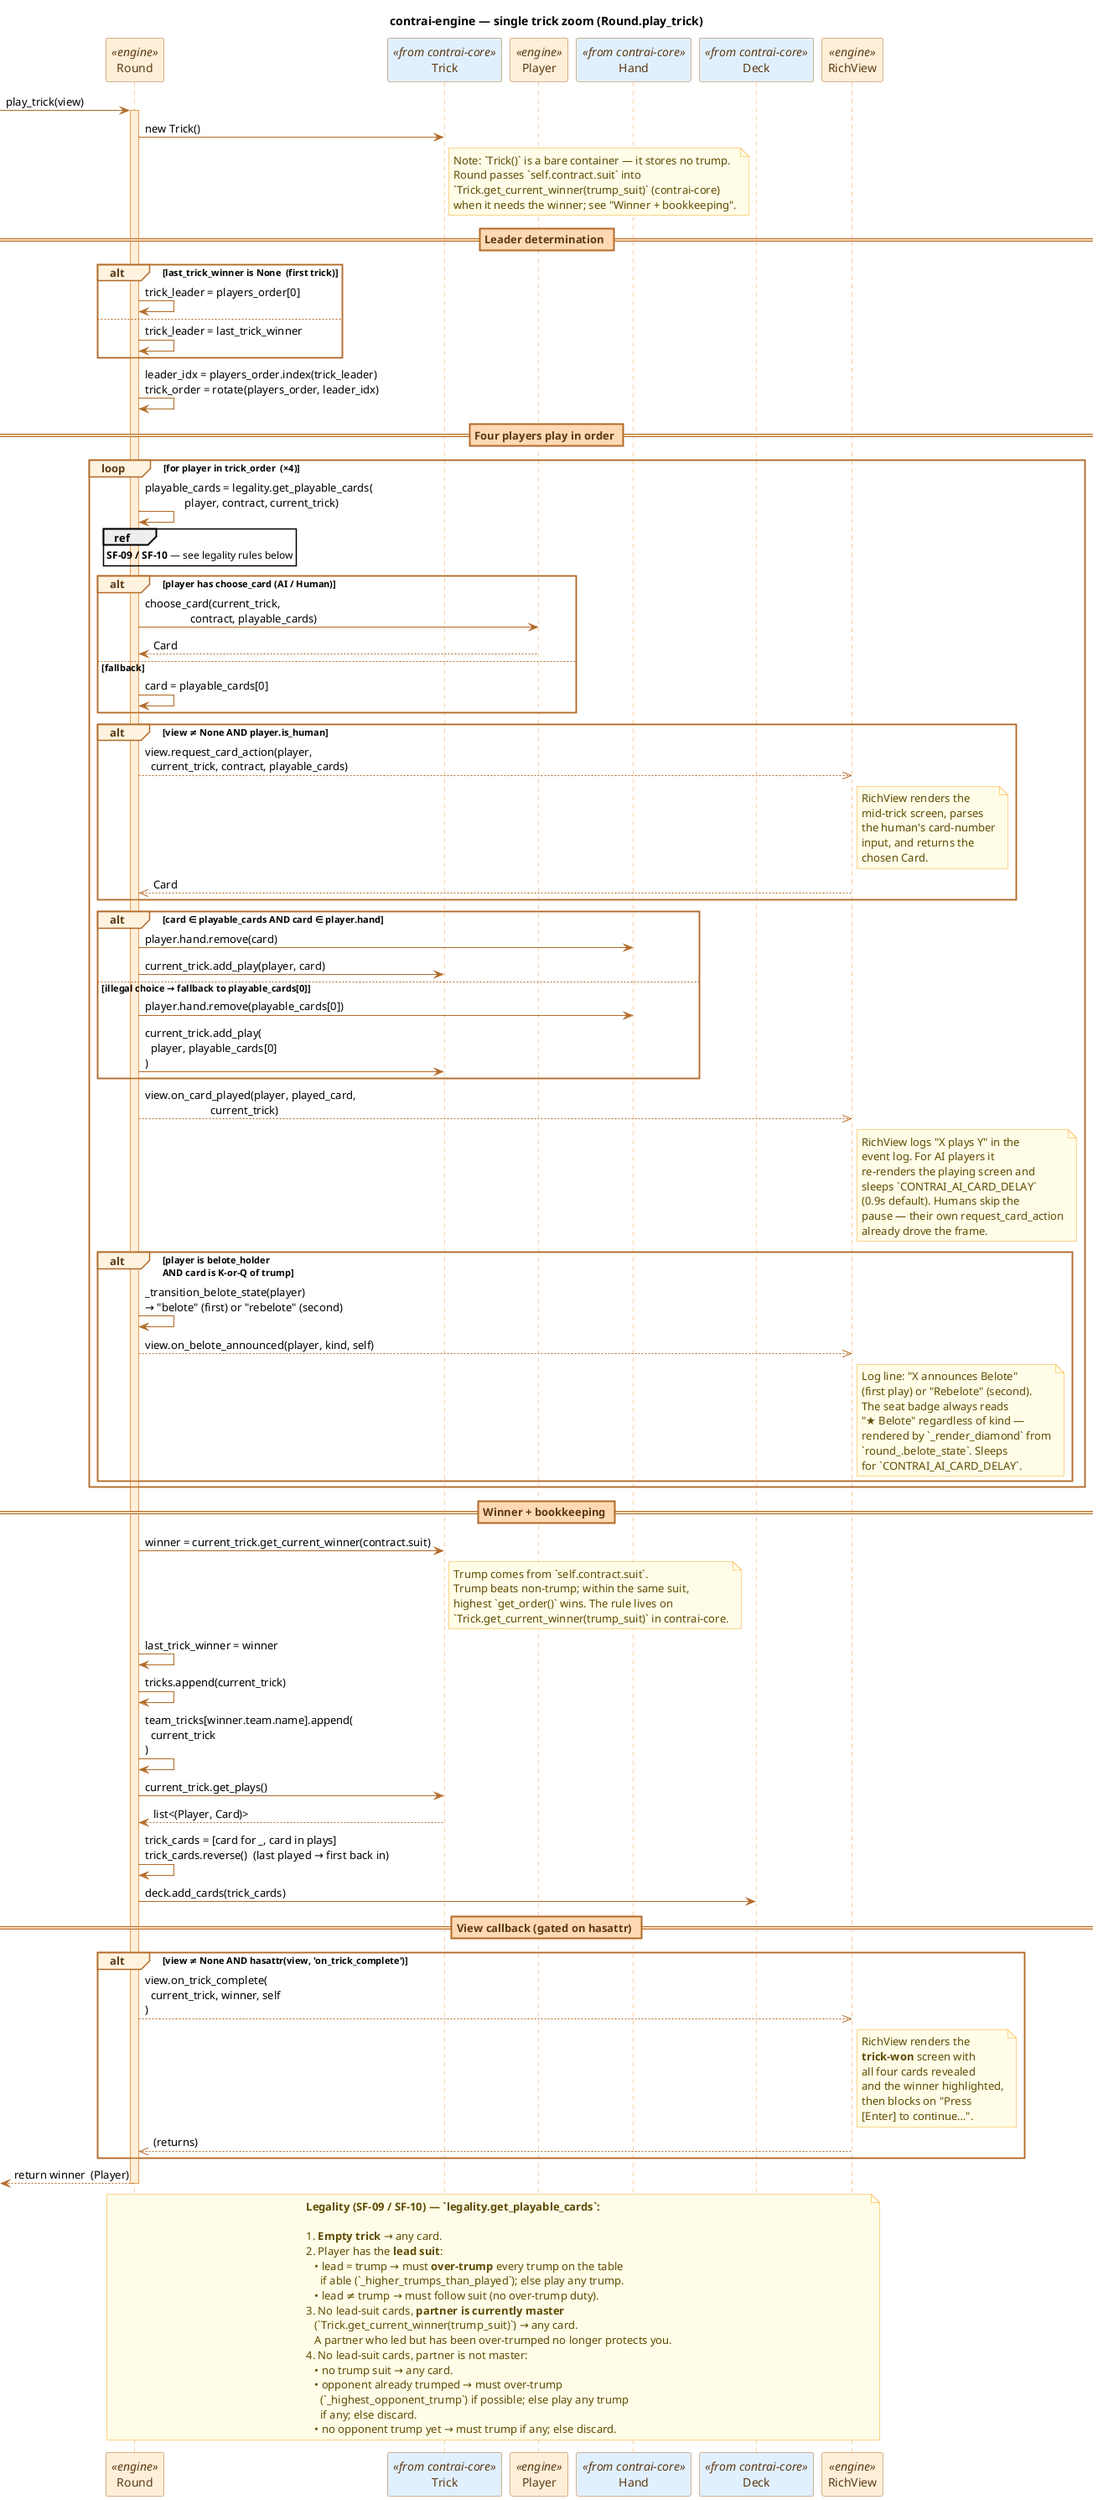
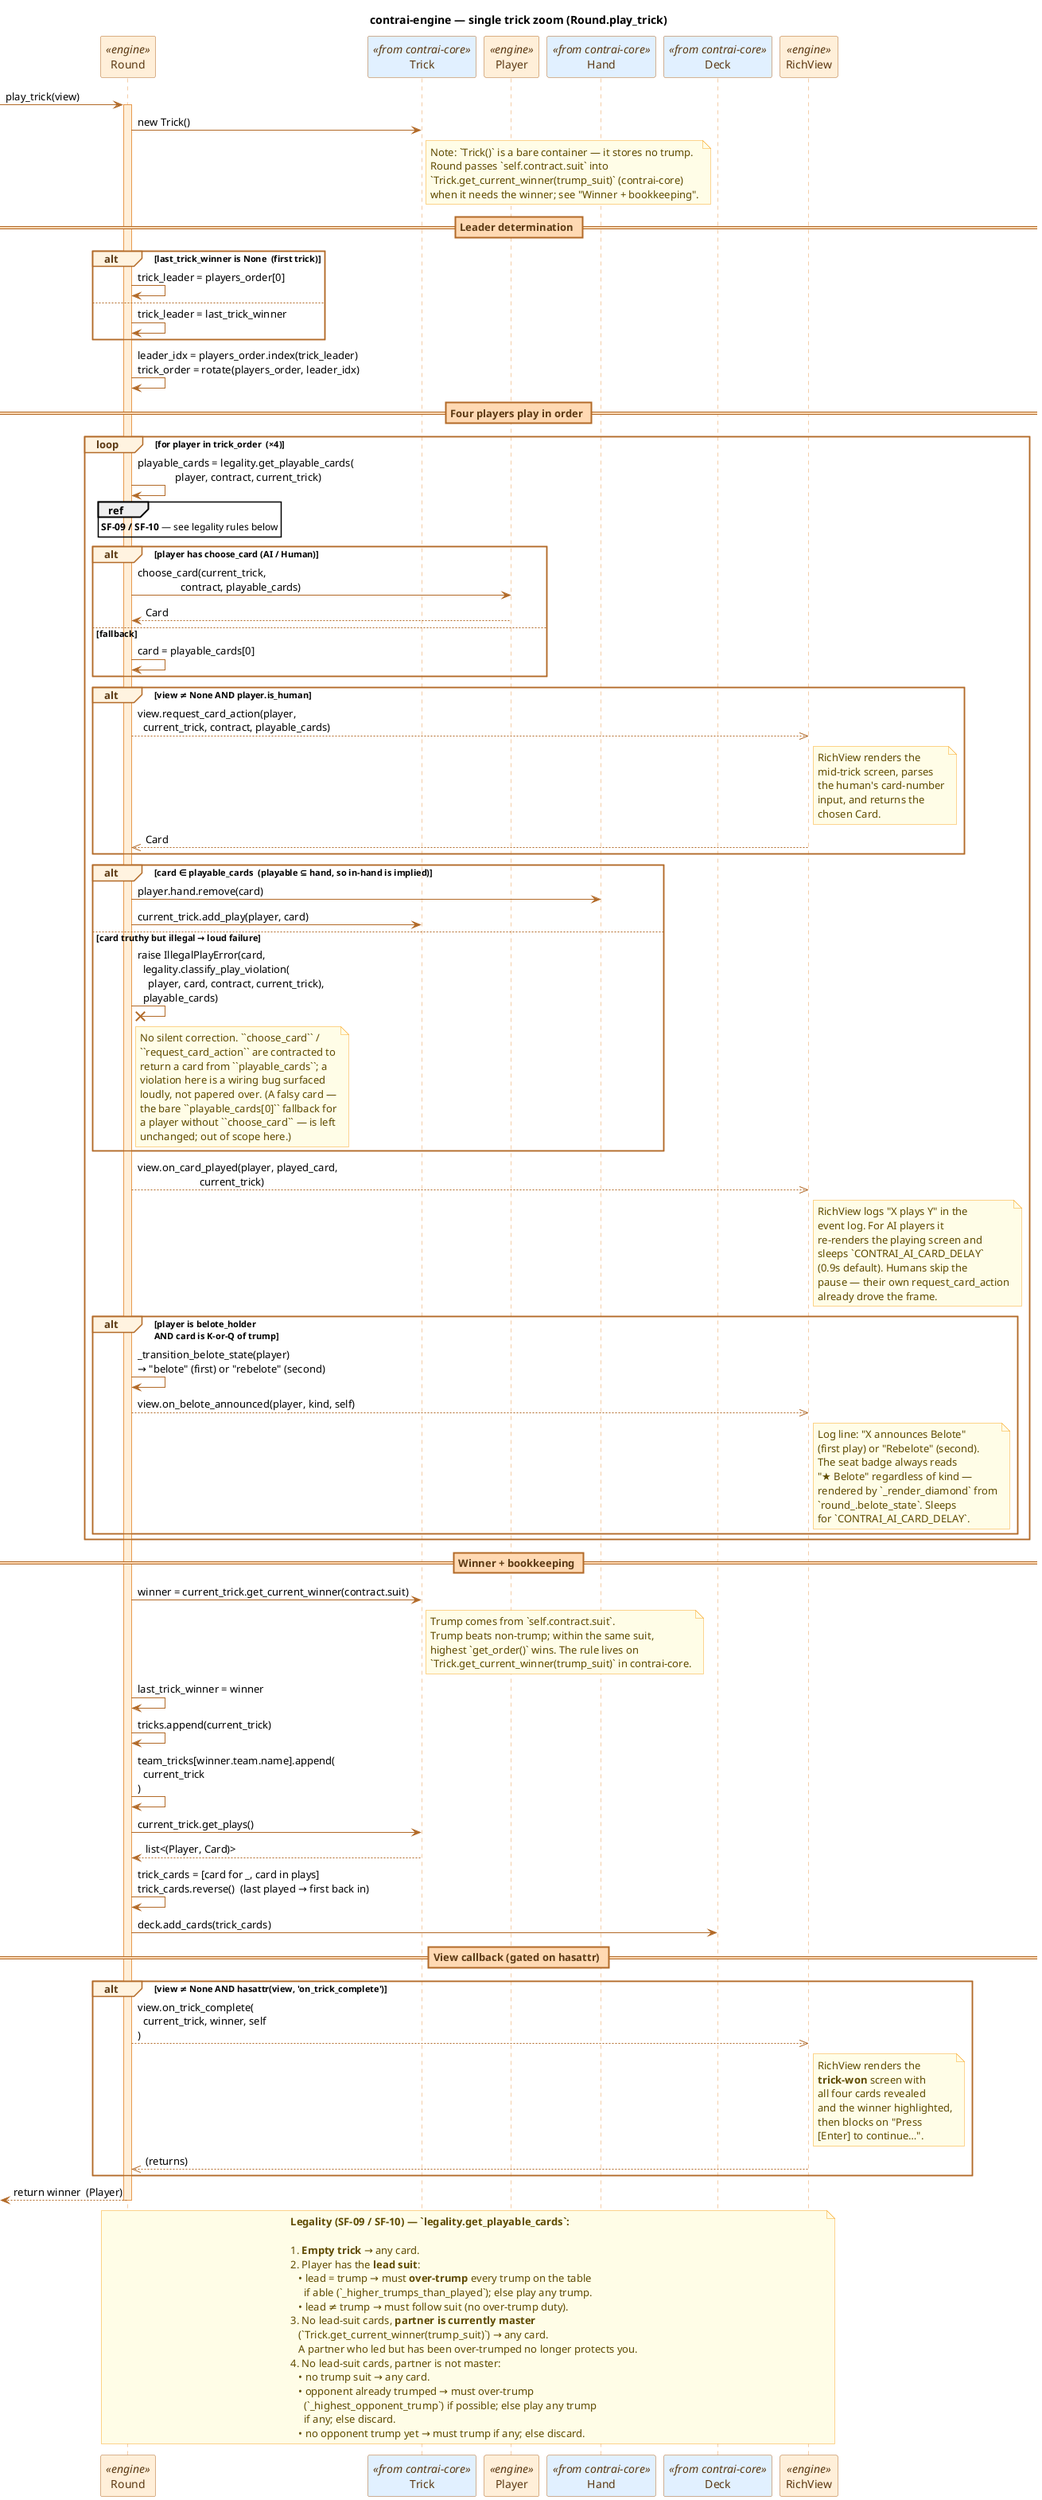
@startuml seq_trick
title contrai-engine — single trick zoom (Round.play_trick)

' --- Palette: engine orange, grey for stub paths, blue for core types ---
skinparam shadowing false
skinparam sequence {
    ArrowColor #B26A28
    LifeLineBorderColor #E89A4F
    LifeLineBackgroundColor #FFEFD9
    ParticipantBorderColor #B26A28
    ParticipantBackgroundColor #FFEFD9
    ParticipantFontColor #5C3A14
    ActorBorderColor #B26A28
    ActorBackgroundColor #FFEFD9
    ActorFontColor #5C3A14
    GroupBorderColor #B26A28
    GroupBackgroundColor #FFF3E0
    GroupHeaderFontColor #5C3A14
    BoxBorderColor #B26A28
    BoxBackgroundColor #FFF3E0
    DividerBorderColor #B26A28
    DividerBackgroundColor #FFD9B3
    DividerFontColor #5C3A14
}
skinparam note {
    BackgroundColor #FFFDE7
    BorderColor #F9A825
    FontColor #5F4B00
}

participant "Round" as R <<engine>>
participant "Trick" as T <<from contrai-core>> #E1F0FF
participant "Player" as P <<engine>>
participant "Hand" as H <<from contrai-core>> #E1F0FF
participant "Deck" as D <<from contrai-core>> #E1F0FF
participant "RichView" as V <<engine>>

[-> R : play_trick(view)
activate R

R -> T : new Trick()
note right of T
  Note: `Trick()` is a bare container — it stores no trump.
  Round passes `self.contract.suit` into
  `Trick.get_current_winner(trump_suit)` (contrai-core)
  when it needs the winner; see "Winner + bookkeeping".
end note

== Leader determination ==

alt last_trick_winner is None  (first trick)
    R -> R : trick_leader = players_order[0]
else
    R -> R : trick_leader = last_trick_winner
end

R -> R : leader_idx = players_order.index(trick_leader)\ntrick_order = rotate(players_order, leader_idx)

== Four players play in order ==

loop **for player in trick_order**  (×4)

    R -> R : playable_cards = legality.get_playable_cards(\n              player, contract, current_trick)

    ref over R : **SF-09 / SF-10** — see legality rules below

    alt player has choose_card (AI / Human)
        R -> P : choose_card(current_trick,\n                contract, playable_cards)
        P --> R : Card
    else fallback
        R -> R : card = playable_cards[0]
    end

    alt view ≠ None AND player.is_human
        R -->> V : view.request_card_action(player,\n  current_trick, contract, playable_cards)
        note right of V
          RichView renders the
          mid-trick screen, parses
          the human's card-number
          input, and returns the
          chosen Card.
        end note
        V -->> R : Card
    end

-     alt card ∈ playable_cards AND card ∈ player.hand
+     alt card ∈ playable_cards  (playable ⊆ hand, so in-hand is implied)
        R -> H : player.hand.remove(card)
        R -> T : current_trick.add_play(player, card)
-     else illegal choice → fallback to playable_cards[0]
-         R -> H : player.hand.remove(playable_cards[0])
-         R -> T : current_trick.add_play(\n  player, playable_cards[0]\n)
+     else card truthy but illegal → loud failure
+         R ->x R : raise IllegalPlayError(card,\n  legality.classify_play_violation(\n    player, card, contract, current_trick),\n  playable_cards)
+         note right of R
+           No silent correction. ``choose_card`` /
+           ``request_card_action`` are contracted to
+           return a card from ``playable_cards``; a
+           violation here is a wiring bug surfaced
+           loudly, not papered over. (A falsy card —
+           the bare ``playable_cards[0]`` fallback for
+           a player without ``choose_card`` — is left
+           unchanged; out of scope here.)
+         end note
    end

    R -->> V : view.on_card_played(player, played_card,\n                       current_trick)
    note right of V
      RichView logs "X plays Y" in the
      event log. For AI players it
      re-renders the playing screen and
      sleeps `CONTRAI_AI_CARD_DELAY`
      (0.9s default). Humans skip the
      pause — their own request_card_action
      already drove the frame.
    end note

    alt player is belote_holder\nAND card is K-or-Q of trump
        R -> R : _transition_belote_state(player)\n→ "belote" (first) or "rebelote" (second)
        R -->> V : view.on_belote_announced(player, kind, self)
        note right of V
          Log line: "X announces Belote"
          (first play) or "Rebelote" (second).
          The seat badge always reads
          "★ Belote" regardless of kind —
          rendered by `_render_diamond` from
          `round_.belote_state`. Sleeps
          for `CONTRAI_AI_CARD_DELAY`.
        end note
    end

end

== Winner + bookkeeping ==

R -> T : winner = current_trick.get_current_winner(contract.suit)
note right of T
  Trump comes from `self.contract.suit`.
  Trump beats non-trump; within the same suit,
  highest `get_order()` wins. The rule lives on
  `Trick.get_current_winner(trump_suit)` in contrai-core.
end note

R -> R : last_trick_winner = winner
R -> R : tricks.append(current_trick)
R -> R : team_tricks[winner.team.name].append(\n  current_trick\n)

R -> T : current_trick.get_plays()
T --> R : list<(Player, Card)>
R -> R : trick_cards = [card for _, card in plays]\ntrick_cards.reverse()  (last played → first back in)
R -> D : deck.add_cards(trick_cards)

== View callback (gated on hasattr) ==

alt view ≠ None AND hasattr(view, 'on_trick_complete')
    R -->> V : view.on_trick_complete(\n  current_trick, winner, self\n)
    note right of V
      RichView renders the
      **trick-won** screen with
      all four cards revealed
      and the winner highlighted,
      then blocks on "Press
      [Enter] to continue…".
    end note
    V -->> R : (returns)
end

[<-- R : return winner  (Player)
deactivate R

note over R, V
  **Legality (SF-09 / SF-10) — `legality.get_playable_cards`:**

  1. **Empty trick** → any card.
  2. Player has the **lead suit**:
     • lead = trump → must **over-trump** every trump on the table
       if able (`_higher_trumps_than_played`); else play any trump.
     • lead ≠ trump → must follow suit (no over-trump duty).
  3. No lead-suit cards, **partner is currently master**
     (`Trick.get_current_winner(trump_suit)`) → any card.
     A partner who led but has been over-trumped no longer protects you.
  4. No lead-suit cards, partner is not master:
     • no trump suit → any card.
     • opponent already trumped → must over-trump
       (`_highest_opponent_trump`) if possible; else play any trump
       if any; else discard.
     • no opponent trump yet → must trump if any; else discard.
end note

@enduml
